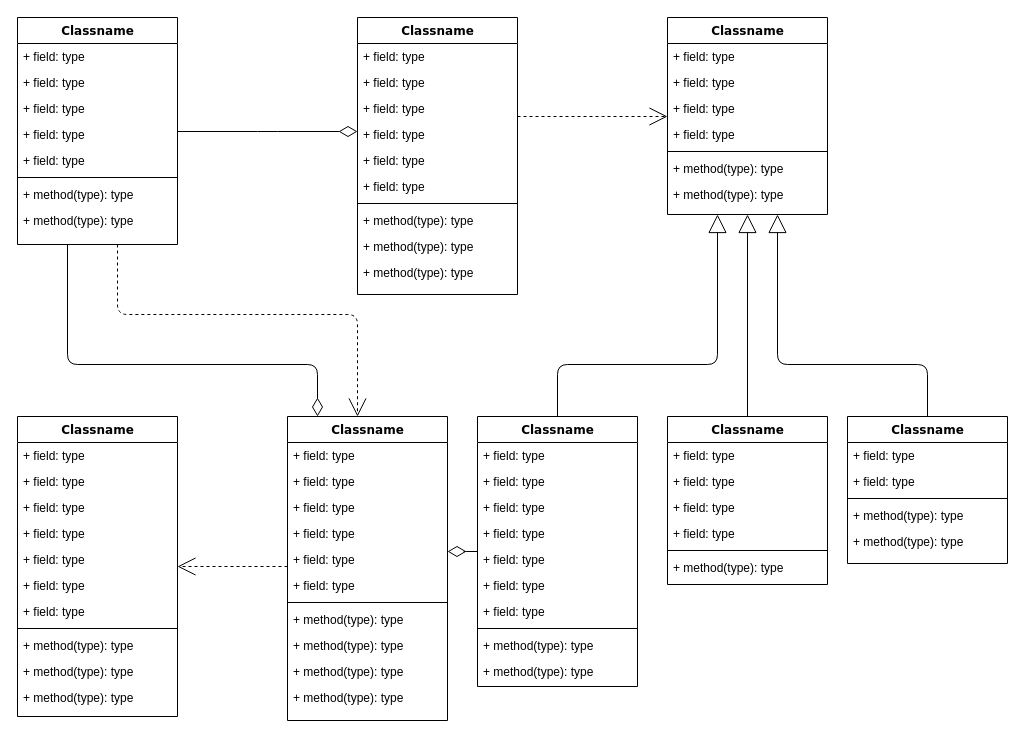
Earlier version of the draw.io diagram Untitled Diagram.drawio (Carnegie-Hall/Vue-Tennis). Source tidied: cells renumbered, new cells numbered last; positions are measured from the earlier drawing's top-left corner, leaving out a move shared by most shapes. Both pictures are drawn from the tidied source at 100%, with x=0, y=0 at pixel (17, 17).
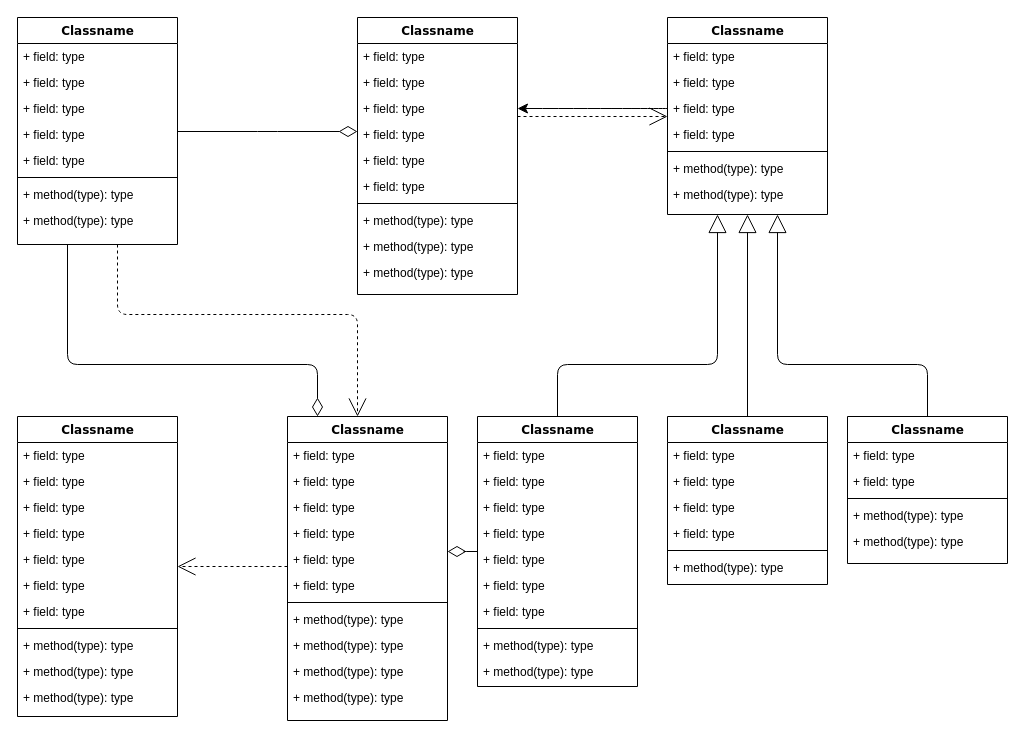
After the change.

The change refers to these unchanged cells:
```xml
<mxCell id="17" value="+ field: type" style="text;html=1;strokeColor=none;fillColor=none;align=left;verticalAlign=top;spacingLeft=4;spacingRight=4;whiteSpace=wrap;overflow=hidden;points=[[0,0.5],[1,0.5]];portConstraint=eastwest;" parent="14" vertex="1">
  <mxGeometry y="78" width="160" height="26" as="geometry" />
</mxCell>
<mxCell id="28" value="+ field: type" style="text;html=1;strokeColor=none;fillColor=none;align=left;verticalAlign=top;spacingLeft=4;spacingRight=4;whiteSpace=wrap;overflow=hidden;points=[[0,0.5],[1,0.5]];portConstraint=eastwest;" parent="25" vertex="1">
  <mxGeometry y="78" width="160" height="26" as="geometry" />
</mxCell>
```

Change to the diagram source:
```diff
@@
+    <mxCell id="87" style="edgeStyle=none;curved=1;rounded=0;jettySize=auto;html=1;exitX=0;exitY=0.5;exitDx=0;exitDy=0;entryX=1;entryY=0.5;entryDx=0;entryDy=0;fontSize=12;startSize=8;endSize=8;" parent="1" edge="1" source="28" target="17">
+      <mxGeometry relative="1" as="geometry" />
+    </mxCell>
```
